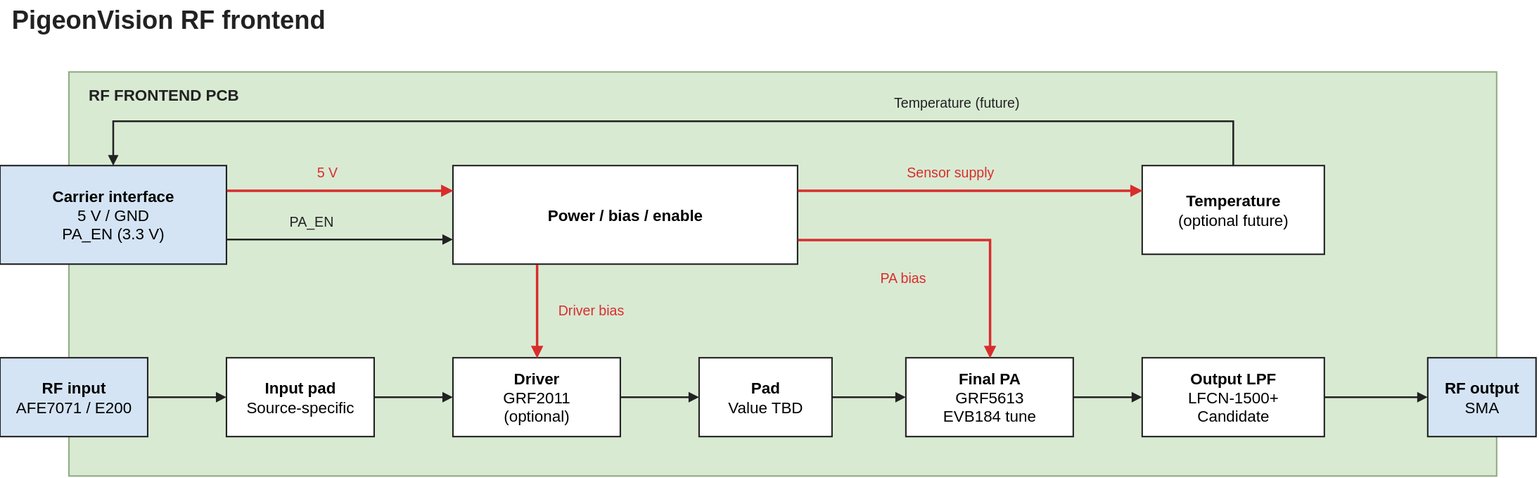
Before: hardware/rf-frontend/block-diagram.svg, a diagram exported from draw.io (stanford-ssi/PigeonVision). Source tidied: cells renumbered, new cells last; positions are measured from the earlier drawing's top-left corner, leaving out a move shared by most shapes.
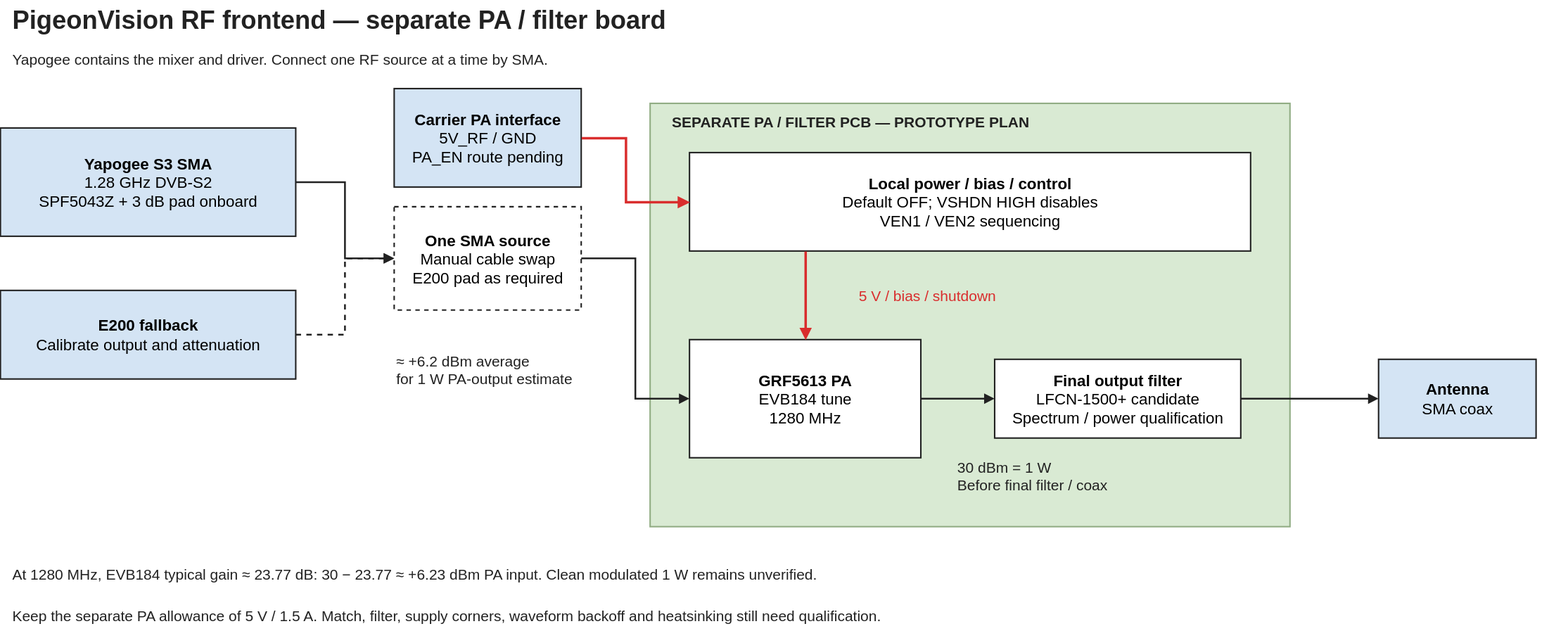
The same diagram one commit later.

What changed in the source:
```diff
@@ -1,108 +1,98 @@
-<mxGraphModel>
+<mxGraphModel background="#ffffff">
   <root>
     <mxCell id="0" />
     <mxCell id="1" parent="0" />
-    <mxCell id="2" value="PigeonVision RF frontend" style="text;html=0;align=left;verticalAlign=middle;fillColor=none;strokeColor=none;fontFamily=Arial;fontSize=26;fontColor=#222222;fontStyle=1;" parent="1" vertex="1">
-      <mxGeometry x="10" width="1540" height="34" as="geometry" />
-    </mxCell>
-    <mxCell id="3" style="rounded=0;fillColor=#d9ead3;strokeColor=#91ad84;strokeWidth=1.5;" parent="1" vertex="1">
-      <mxGeometry x="70" y="73" width="1450" height="410" as="geometry" />
-    </mxCell>
-    <mxCell id="4" value="RF FRONTEND PCB" style="text;html=0;align=left;verticalAlign=middle;fillColor=none;strokeColor=none;fontFamily=Arial;fontSize=16;fontColor=#222222;fontStyle=1;" parent="1" vertex="1">
-      <mxGeometry x="88" y="83" width="1414" height="24" as="geometry" />
-    </mxCell>
-    <mxCell id="5" value="&lt;b&gt;Carrier interface&lt;/b&gt;&lt;br&gt;5 V / GND&lt;br&gt;PA_EN (3.3 V)" style="rounded=0;whiteSpace=wrap;html=1;fontFamily=Arial;fillColor=#d4e4f4;strokeColor=#222222;strokeWidth=1.5;align=center;verticalAlign=middle;fontSize=16;spacing=5;" parent="1" vertex="1">
-      <mxGeometry y="168" width="230" height="100" as="geometry" />
-    </mxCell>
+    <mxCell id="33" value="PigeonVision RF frontend — separate PA / filter board" style="text;html=0;align=left;verticalAlign=middle;fillColor=none;strokeColor=none;fontFamily=Arial;fontSize=15;fontColor=#222222;whiteSpace=wrap;fontSize=26;fontStyle=1;" parent="1" vertex="1">
+      <mxGeometry x="10" y="-2" width="1580" height="40" as="geometry" />
+    </mxCell>
+    <mxCell id="34" value="Yapogee contains the mixer and driver. Connect one RF source at a time by SMA." style="text;html=0;align=left;verticalAlign=middle;fillColor=none;strokeColor=none;fontFamily=Arial;fontSize=15;fontColor=#222222;whiteSpace=wrap;" parent="1" vertex="1">
+      <mxGeometry x="10" y="43" width="1580" height="30" as="geometry" />
+    </mxCell>
+    <mxCell id="35" style="rounded=0;fillColor=#d9ead3;strokeColor=#91ad84;strokeWidth=1.5;" parent="1" vertex="1">
+      <mxGeometry x="660" y="103" width="650" height="430" as="geometry" />
+    </mxCell>
+    <mxCell id="36" value="SEPARATE PA / FILTER PCB — PROTOTYPE PLAN" style="text;html=0;align=left;verticalAlign=middle;fillColor=none;strokeColor=none;fontFamily=Arial;fontSize=15;fontColor=#222222;whiteSpace=wrap;fontStyle=1;" parent="1" vertex="1">
+      <mxGeometry x="680" y="108" width="610" height="25" as="geometry" />
+    </mxCell>
+    <mxCell id="37" value="&lt;b&gt;Yapogee S3 SMA&lt;/b&gt;&lt;br&gt;1.28 GHz DVB-S2&lt;br&gt;SPF5043Z + 3 dB pad onboard" style="rounded=0;whiteSpace=wrap;html=1;fontFamily=Arial;fillColor=#d4e4f4;strokeColor=#222222;strokeWidth=1.5;align=center;verticalAlign=middle;fontSize=16;spacing=7;" parent="1" vertex="1">
+      <mxGeometry y="128" width="300" height="110" as="geometry" />
+    </mxCell>
+    <mxCell id="38" value="&lt;b&gt;E200 fallback&lt;/b&gt;&lt;br&gt;Calibrate output and attenuation" style="rounded=0;whiteSpace=wrap;html=1;fontFamily=Arial;fillColor=#d4e4f4;strokeColor=#222222;strokeWidth=1.5;align=center;verticalAlign=middle;fontSize=16;spacing=7;" parent="1" vertex="1">
+      <mxGeometry y="293" width="300" height="90" as="geometry" />
+    </mxCell>
+    <mxCell id="39" value="&lt;b&gt;One SMA source&lt;/b&gt;&lt;br&gt;Manual cable swap&lt;br&gt;E200 pad as required" style="rounded=0;whiteSpace=wrap;html=1;fontFamily=Arial;fillColor=#ffffff;strokeColor=#222222;strokeWidth=1.5;align=center;verticalAlign=middle;fontSize=16;spacing=7;dashed=1;" parent="1" vertex="1">
+      <mxGeometry x="400" y="208" width="190" height="105" as="geometry" />
+    </mxCell>
+    <mxCell id="40" value="&lt;b&gt;Carrier PA interface&lt;/b&gt;&lt;br&gt;5V_RF / GND&lt;br&gt;PA_EN route pending" style="rounded=0;whiteSpace=wrap;html=1;fontFamily=Arial;fillColor=#d4e4f4;strokeColor=#222222;strokeWidth=1.5;align=center;verticalAlign=middle;fontSize=16;spacing=7;" parent="1" vertex="1">
+      <mxGeometry x="400" y="88" width="190" height="100" as="geometry" />
+    </mxCell>
-    <mxCell id="6" value="&lt;b&gt;Power / bias / enable&lt;/b&gt;" style="rounded=0;whiteSpace=wrap;html=1;fontFamily=Arial;fillColor=#ffffff;strokeColor=#222222;strokeWidth=1.5;align=center;verticalAlign=middle;fontSize=16;spacing=5;" parent="1" vertex="1">
-      <mxGeometry x="460" y="168" width="350" height="100" as="geometry" />
+    <mxCell id="6" value="&lt;b&gt;Local power / bias / control&lt;/b&gt;&lt;br&gt;Default OFF; VSHDN HIGH disables&lt;br&gt;VEN1 / VEN2 sequencing" style="rounded=0;whiteSpace=wrap;html=1;fontFamily=Arial;fillColor=#ffffff;strokeColor=#222222;strokeWidth=1.5;align=center;verticalAlign=middle;fontSize=16;spacing=7;" parent="1" vertex="1">
+      <mxGeometry x="700" y="153" width="570" height="100" as="geometry" />
     </mxCell>
-    <mxCell id="7" value="&lt;b&gt;Temperature&lt;/b&gt;&lt;br&gt;(optional future)" style="rounded=0;whiteSpace=wrap;html=1;fontFamily=Arial;fillColor=#ffffff;strokeColor=#222222;strokeWidth=1.5;align=center;verticalAlign=middle;fontSize=16;spacing=5;" parent="1" vertex="1">
-      <mxGeometry x="1160" y="168" width="185" height="90" as="geometry" />
-    </mxCell>
-    <mxCell id="8" style="edgeStyle=orthogonalEdgeStyle;jettySize=0;rounded=0;html=0;strokeColor=#d92d2d;strokeWidth=2.5;endArrow=block;endFill=1;startArrow=none;startFill=1;exitX=1;exitY=0.25;exitPerimeter=0;entryX=0;entryY=0.25;entryPerimeter=0;" parent="1" edge="1" source="5" target="6">
-      <mxGeometry relative="1" as="geometry" />
-    </mxCell>
-    <mxCell id="9" value="5 V" style="text;html=0;align=left;verticalAlign=middle;fillColor=none;strokeColor=none;fontFamily=Arial;fontSize=14;fontColor=#d92d2d;fontStyle=0;" parent="1" vertex="1">
-      <mxGeometry x="320" y="163" width="80" height="22" as="geometry" />
-    </mxCell>
-    <mxCell id="10" style="edgeStyle=orthogonalEdgeStyle;jettySize=0;rounded=0;html=0;strokeColor=#222222;strokeWidth=1.8;endArrow=block;endFill=1;startArrow=none;startFill=1;exitX=1;exitY=0.75;exitPerimeter=0;entryX=0;entryY=0.75;entryPerimeter=0;" parent="1" edge="1" source="5" target="6">
-      <mxGeometry relative="1" as="geometry" />
-    </mxCell>
-    <mxCell id="11" value="PA_EN" style="text;html=0;align=left;verticalAlign=middle;fillColor=none;strokeColor=none;fontFamily=Arial;fontSize=14;fontColor=#222222;fontStyle=0;" parent="1" vertex="1">
-      <mxGeometry x="292" y="213" width="80" height="22" as="geometry" />
-    </mxCell>
-    <mxCell id="12" style="edgeStyle=orthogonalEdgeStyle;jettySize=0;rounded=0;html=0;strokeColor=#d92d2d;strokeWidth=2.5;endArrow=block;endFill=1;startArrow=none;startFill=1;exitX=1;exitY=0.25;exitPerimeter=0;entryX=0;entryY=0.2777777777777778;entryPerimeter=0;" parent="1" edge="1" source="6" target="7">
-      <mxGeometry relative="1" as="geometry" />
-    </mxCell>
-    <mxCell id="13" value="Sensor supply" style="text;html=0;align=left;verticalAlign=middle;fillColor=none;strokeColor=none;fontFamily=Arial;fontSize=14;fontColor=#d92d2d;fontStyle=0;" parent="1" vertex="1">
-      <mxGeometry x="919" y="163" width="104" height="22" as="geometry" />
-    </mxCell>
-    <mxCell id="14" style="edgeStyle=orthogonalEdgeStyle;jettySize=0;rounded=0;html=0;strokeColor=#222222;strokeWidth=1.8;endArrow=block;endFill=1;startArrow=none;startFill=1;exitX=0.5;exitY=0;exitPerimeter=0;entryX=0.5;entryY=0;entryPerimeter=0;" parent="1" edge="1" source="7" target="5">
-      <mxGeometry relative="1" as="geometry">
-        <Array as="points">
-          <mxPoint x="1252.5" y="123" />
-          <mxPoint x="115" y="123" />
-        </Array>
-      </mxGeometry>
-    </mxCell>
-    <mxCell id="15" value="Temperature (future)" style="text;html=0;align=left;verticalAlign=middle;fillColor=none;strokeColor=none;fontFamily=Arial;fontSize=14;fontColor=#222222;fontStyle=0;" parent="1" vertex="1">
-      <mxGeometry x="906" y="92" width="88" height="22" as="geometry" />
-    </mxCell>
-    <mxCell id="16" value="&lt;b&gt;RF input&lt;/b&gt;&lt;br&gt;AFE7071 / E200" style="rounded=0;whiteSpace=wrap;html=1;fontFamily=Arial;fillColor=#d4e4f4;strokeColor=#222222;strokeWidth=1.5;align=center;verticalAlign=middle;fontSize=16;spacing=5;" parent="1" vertex="1">
-      <mxGeometry y="363" width="150" height="80" as="geometry" />
-    </mxCell>
-    <mxCell id="17" value="&lt;b&gt;Input pad&lt;/b&gt;&lt;br&gt;Source-specific" style="rounded=0;whiteSpace=wrap;html=1;fontFamily=Arial;fillColor=#ffffff;strokeColor=#222222;strokeWidth=1.5;align=center;verticalAlign=middle;fontSize=16;spacing=5;" parent="1" vertex="1">
-      <mxGeometry x="230" y="363" width="150" height="80" as="geometry" />
-    </mxCell>
-    <mxCell id="18" value="&lt;b&gt;Driver&lt;/b&gt;&lt;br&gt;GRF2011&lt;br&gt;(optional)" style="rounded=0;whiteSpace=wrap;html=1;fontFamily=Arial;fillColor=#ffffff;strokeColor=#222222;strokeWidth=1.5;align=center;verticalAlign=middle;fontSize=16;spacing=5;" parent="1" vertex="1">
-      <mxGeometry x="460" y="363" width="170" height="80" as="geometry" />
-    </mxCell>
-    <mxCell id="19" value="&lt;b&gt;Pad&lt;/b&gt;&lt;br&gt;Value TBD" style="rounded=0;whiteSpace=wrap;html=1;fontFamily=Arial;fillColor=#ffffff;strokeColor=#222222;strokeWidth=1.5;align=center;verticalAlign=middle;fontSize=16;spacing=5;" parent="1" vertex="1">
-      <mxGeometry x="710" y="363" width="135" height="80" as="geometry" />
-    </mxCell>
-    <mxCell id="20" value="&lt;b&gt;Final PA&lt;/b&gt;&lt;br&gt;GRF5613&lt;br&gt;EVB184 tune" style="rounded=0;whiteSpace=wrap;html=1;fontFamily=Arial;fillColor=#ffffff;strokeColor=#222222;strokeWidth=1.5;align=center;verticalAlign=middle;fontSize=16;spacing=5;" parent="1" vertex="1">
-      <mxGeometry x="920" y="363" width="170" height="80" as="geometry" />
+    <mxCell id="20" value="&lt;b&gt;GRF5613 PA&lt;/b&gt;&lt;br&gt;EVB184 tune&lt;br&gt;1280 MHz" style="rounded=0;whiteSpace=wrap;html=1;fontFamily=Arial;fillColor=#ffffff;strokeColor=#222222;strokeWidth=1.5;align=center;verticalAlign=middle;fontSize=16;spacing=7;" parent="1" vertex="1">
+      <mxGeometry x="700" y="343" width="235" height="120" as="geometry" />
     </mxCell>
-    <mxCell id="21" value="&lt;b&gt;Output LPF&lt;/b&gt;&lt;br&gt;LFCN-1500+&lt;br&gt;Candidate" style="rounded=0;whiteSpace=wrap;html=1;fontFamily=Arial;fillColor=#ffffff;strokeColor=#222222;strokeWidth=1.5;align=center;verticalAlign=middle;fontSize=16;spacing=5;" parent="1" vertex="1">
-      <mxGeometry x="1160" y="363" width="185" height="80" as="geometry" />
-    </mxCell>
-    <mxCell id="22" value="&lt;b&gt;RF output&lt;/b&gt;&lt;br&gt;SMA" style="rounded=0;whiteSpace=wrap;html=1;fontFamily=Arial;fillColor=#d4e4f4;strokeColor=#222222;strokeWidth=1.5;align=center;verticalAlign=middle;fontSize=16;spacing=5;" parent="1" vertex="1">
-      <mxGeometry x="1450" y="363" width="110" height="80" as="geometry" />
-    </mxCell>
-    <mxCell id="23" style="edgeStyle=orthogonalEdgeStyle;jettySize=0;rounded=0;html=0;strokeColor=#222222;strokeWidth=1.8;endArrow=block;endFill=1;startArrow=none;startFill=1;exitX=1;exitY=0.5;exitPerimeter=0;entryX=0;entryY=0.5;entryPerimeter=0;" parent="1" edge="1" source="16" target="17">
-      <mxGeometry relative="1" as="geometry" />
-    </mxCell>
-    <mxCell id="24" style="edgeStyle=orthogonalEdgeStyle;jettySize=0;rounded=0;html=0;strokeColor=#222222;strokeWidth=1.8;endArrow=block;endFill=1;startArrow=none;startFill=1;exitX=1;exitY=0.5;exitPerimeter=0;entryX=0;entryY=0.5;entryPerimeter=0;" parent="1" edge="1" source="17" target="18">
-      <mxGeometry relative="1" as="geometry" />
-    </mxCell>
-    <mxCell id="25" style="edgeStyle=orthogonalEdgeStyle;jettySize=0;rounded=0;html=0;strokeColor=#222222;strokeWidth=1.8;endArrow=block;endFill=1;startArrow=none;startFill=1;exitX=1;exitY=0.5;exitPerimeter=0;entryX=0;entryY=0.5;entryPerimeter=0;" parent="1" edge="1" source="18" target="19">
-      <mxGeometry relative="1" as="geometry" />
-    </mxCell>
-    <mxCell id="26" style="edgeStyle=orthogonalEdgeStyle;jettySize=0;rounded=0;html=0;strokeColor=#222222;strokeWidth=1.8;endArrow=block;endFill=1;startArrow=none;startFill=1;exitX=1;exitY=0.5;exitPerimeter=0;entryX=0;entryY=0.5;entryPerimeter=0;" parent="1" edge="1" source="19" target="20">
-      <mxGeometry relative="1" as="geometry" />
-    </mxCell>
-    <mxCell id="27" style="edgeStyle=orthogonalEdgeStyle;jettySize=0;rounded=0;html=0;strokeColor=#222222;strokeWidth=1.8;endArrow=block;endFill=1;startArrow=none;startFill=1;exitX=1;exitY=0.5;exitPerimeter=0;entryX=0;entryY=0.5;entryPerimeter=0;" parent="1" edge="1" source="20" target="21">
-      <mxGeometry relative="1" as="geometry" />
-    </mxCell>
-    <mxCell id="28" style="edgeStyle=orthogonalEdgeStyle;jettySize=0;rounded=0;html=0;strokeColor=#222222;strokeWidth=1.8;endArrow=block;endFill=1;startArrow=none;startFill=1;exitX=1;exitY=0.5;exitPerimeter=0;entryX=0;entryY=0.5;entryPerimeter=0;" parent="1" edge="1" source="21" target="22">
-      <mxGeometry relative="1" as="geometry" />
-    </mxCell>
-    <mxCell id="29" style="edgeStyle=orthogonalEdgeStyle;jettySize=0;rounded=0;html=0;strokeColor=#d92d2d;strokeWidth=2.5;endArrow=block;endFill=1;startArrow=none;startFill=1;exitX=0.24285714285714285;exitY=1;exitPerimeter=0;entryX=0.5;entryY=0;entryPerimeter=0;" parent="1" edge="1" source="6" target="18">
-      <mxGeometry relative="1" as="geometry" />
-    </mxCell>
-    <mxCell id="30" value="Driver bias" style="text;html=0;align=left;verticalAlign=middle;fillColor=none;strokeColor=none;fontFamily=Arial;fontSize=14;fontColor=#d92d2d;fontStyle=0;" parent="1" vertex="1">
-      <mxGeometry x="565" y="303" width="88" height="22" as="geometry" />
-    </mxCell>
+    <mxCell id="41" value="&lt;b&gt;Final output filter&lt;/b&gt;&lt;br&gt;LFCN-1500+ candidate&lt;br&gt;Spectrum / power qualification" style="rounded=0;whiteSpace=wrap;html=1;fontFamily=Arial;fillColor=#ffffff;strokeColor=#222222;strokeWidth=1.5;align=center;verticalAlign=middle;fontSize=16;spacing=7;" parent="1" vertex="1">
+      <mxGeometry x="1010" y="363" width="250" height="80" as="geometry" />
+    </mxCell>
+    <mxCell id="42" value="&lt;b&gt;Antenna&lt;/b&gt;&lt;br&gt;SMA coax" style="rounded=0;whiteSpace=wrap;html=1;fontFamily=Arial;fillColor=#d4e4f4;strokeColor=#222222;strokeWidth=1.5;align=center;verticalAlign=middle;fontSize=16;spacing=7;" parent="1" vertex="1">
+      <mxGeometry x="1400" y="363" width="160" height="80" as="geometry" />
+    </mxCell>
+    <mxCell id="43" style="edgeStyle=orthogonalEdgeStyle;jettySize=0;rounded=0;html=0;strokeColor=#222222;strokeWidth=1.8;endArrow=block;endFill=1;startArrow=none;exitX=1;exitY=0.5;exitPerimeter=0;entryX=0;entryY=0.5;entryPerimeter=0;" parent="1" edge="1" source="37" target="39">
+      <mxGeometry relative="1" as="geometry">
+        <Array as="points">
+          <mxPoint x="350" y="183" />
+          <mxPoint x="350" y="260.5" />
+        </Array>
+      </mxGeometry>
+    </mxCell>
+    <mxCell id="44" style="edgeStyle=orthogonalEdgeStyle;jettySize=0;rounded=0;html=0;strokeColor=#222222;strokeWidth=1.8;endArrow=block;endFill=1;startArrow=none;exitX=1;exitY=0.5;exitPerimeter=0;entryX=0;entryY=0.5;entryPerimeter=0;dashed=1;" parent="1" edge="1" source="38" target="39">
+      <mxGeometry relative="1" as="geometry">
+        <Array as="points">
+          <mxPoint x="350" y="338" />
+          <mxPoint x="350" y="260.5" />
+        </Array>
+      </mxGeometry>
+    </mxCell>
+    <mxCell id="45" style="edgeStyle=orthogonalEdgeStyle;jettySize=0;rounded=0;html=0;strokeColor=#222222;strokeWidth=1.8;endArrow=block;endFill=1;startArrow=none;exitX=1;exitY=0.5;exitPerimeter=0;entryX=0;entryY=0.5;entryPerimeter=0;" parent="1" edge="1" source="39" target="20">
+      <mxGeometry relative="1" as="geometry">
+        <Array as="points">
+          <mxPoint x="645" y="260.5" />
+          <mxPoint x="645" y="403" />
+        </Array>
+      </mxGeometry>
+    </mxCell>
+    <mxCell id="46" style="edgeStyle=orthogonalEdgeStyle;jettySize=0;rounded=0;html=0;strokeColor=#222222;strokeWidth=1.8;endArrow=block;endFill=1;startArrow=none;exitX=1;exitY=0.5;exitPerimeter=0;entryX=0;entryY=0.5;entryPerimeter=0;" parent="1" edge="1" source="20" target="41">
+      <mxGeometry relative="1" as="geometry" />
+    </mxCell>
+    <mxCell id="47" style="edgeStyle=orthogonalEdgeStyle;jettySize=0;rounded=0;html=0;strokeColor=#222222;strokeWidth=1.8;endArrow=block;endFill=1;startArrow=none;exitX=1;exitY=0.5;exitPerimeter=0;entryX=0;entryY=0.5;entryPerimeter=0;" parent="1" edge="1" source="41" target="42">
+      <mxGeometry relative="1" as="geometry" />
+    </mxCell>
+    <mxCell id="48" style="edgeStyle=orthogonalEdgeStyle;jettySize=0;rounded=0;html=0;strokeColor=#222222;strokeWidth=1.8;endArrow=block;endFill=1;startArrow=none;exitX=1;exitY=0.5;exitPerimeter=0;entryX=0;entryY=0.5;entryPerimeter=0;strokeColor=#d92d2d;strokeWidth=2.5;" parent="1" edge="1" source="40" target="6">
+      <mxGeometry relative="1" as="geometry">
+        <Array as="points">
+          <mxPoint x="635" y="138" />
+          <mxPoint x="635" y="203" />
+        </Array>
+      </mxGeometry>
+    </mxCell>
-    <mxCell id="31" style="edgeStyle=orthogonalEdgeStyle;jettySize=0;rounded=0;html=0;strokeColor=#d92d2d;strokeWidth=2.5;endArrow=block;endFill=1;startArrow=none;startFill=1;exitX=1;exitY=0.75;exitPerimeter=0;entryX=0.5;entryY=0;entryPerimeter=0;" parent="1" edge="1" source="6" target="20">
-      <mxGeometry relative="1" as="geometry">
-        <Array as="points">
-          <mxPoint x="1005" y="243" />
-        </Array>
-      </mxGeometry>
+    <mxCell id="31" style="edgeStyle=orthogonalEdgeStyle;jettySize=0;rounded=0;html=0;strokeColor=#222222;strokeWidth=1.8;endArrow=block;endFill=1;startArrow=none;exitX=1;exitY=0.5;exitPerimeter=0;entryX=0;entryY=0.5;entryPerimeter=0;strokeColor=#d92d2d;strokeWidth=2.5;exitX=0.2061403509;exitY=1;entryX=0.5;entryY=0;" parent="1" edge="1" source="6" target="20">
+      <mxGeometry relative="1" as="geometry" />
     </mxCell>
-    <mxCell id="32" value="PA bias" style="text;html=0;align=left;verticalAlign=middle;fillColor=none;strokeColor=none;fontFamily=Arial;fontSize=14;fontColor=#d92d2d;fontStyle=0;" parent="1" vertex="1">
-      <mxGeometry x="892" y="270" width="80" height="22" as="geometry" />
-    </mxCell>
+    <mxCell id="49" value="5 V / bias / shutdown" style="text;html=0;align=left;verticalAlign=middle;fillColor=none;strokeColor=none;fontFamily=Arial;fontSize=15;fontColor=#d92d2d;whiteSpace=wrap;" parent="1" vertex="1">
+      <mxGeometry x="870" y="283" width="330" height="30" as="geometry" />
+    </mxCell>
+    <mxCell id="50" value="≈ +6.2 dBm average&#10;for 1 W PA-output estimate" style="text;html=0;align=left;verticalAlign=middle;fillColor=none;strokeColor=none;fontFamily=Arial;fontSize=15;fontColor=#222222;whiteSpace=wrap;" parent="1" vertex="1">
+      <mxGeometry x="400" y="343" width="260" height="60" as="geometry" />
+    </mxCell>
+    <mxCell id="51" value="30 dBm = 1 W&#10;Before final filter / coax" style="text;html=0;align=left;verticalAlign=middle;fillColor=none;strokeColor=none;fontFamily=Arial;fontSize=15;fontColor=#222222;whiteSpace=wrap;" parent="1" vertex="1">
+      <mxGeometry x="970" y="448" width="300" height="65" as="geometry" />
+    </mxCell>
+    <mxCell id="52" value="At 1280 MHz, EVB184 typical gain ≈ 23.77 dB: 30 − 23.77 ≈ +6.23 dBm PA input. Clean modulated 1 W remains unverified." style="text;html=0;align=left;verticalAlign=middle;fillColor=none;strokeColor=none;fontFamily=Arial;fontSize=15;fontColor=#222222;whiteSpace=wrap;" parent="1" vertex="1">
+      <mxGeometry x="10" y="563" width="1570" height="35" as="geometry" />
+    </mxCell>
+    <mxCell id="53" value="Keep the separate PA allowance of 5 V / 1.5 A. Match, filter, supply corners, waveform backoff and heatsinking still need qualification." style="text;html=0;align=left;verticalAlign=middle;fillColor=none;strokeColor=none;fontFamily=Arial;fontSize=15;fontColor=#222222;whiteSpace=wrap;" parent="1" vertex="1">
+      <mxGeometry x="10" y="608" width="1570" height="30" as="geometry" />
+    </mxCell>
   </root>
 </mxGraphModel>
```
